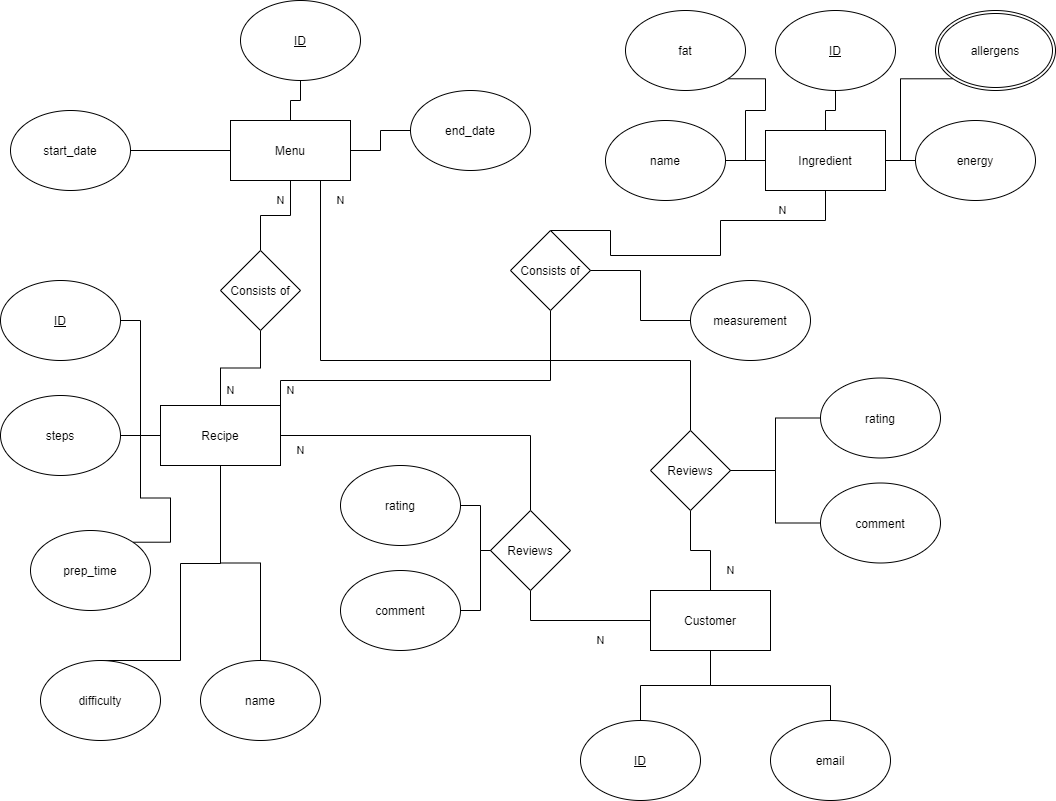
Above: diagrams/menu-plan-ER.png in JoshuaDerbe/hf-menu-plan-challenge (draw.io), before the change. Source tidied: cells renumbered, new cells last; positions are measured from the earlier drawing's top-left corner, leaving out a move shared by most shapes.
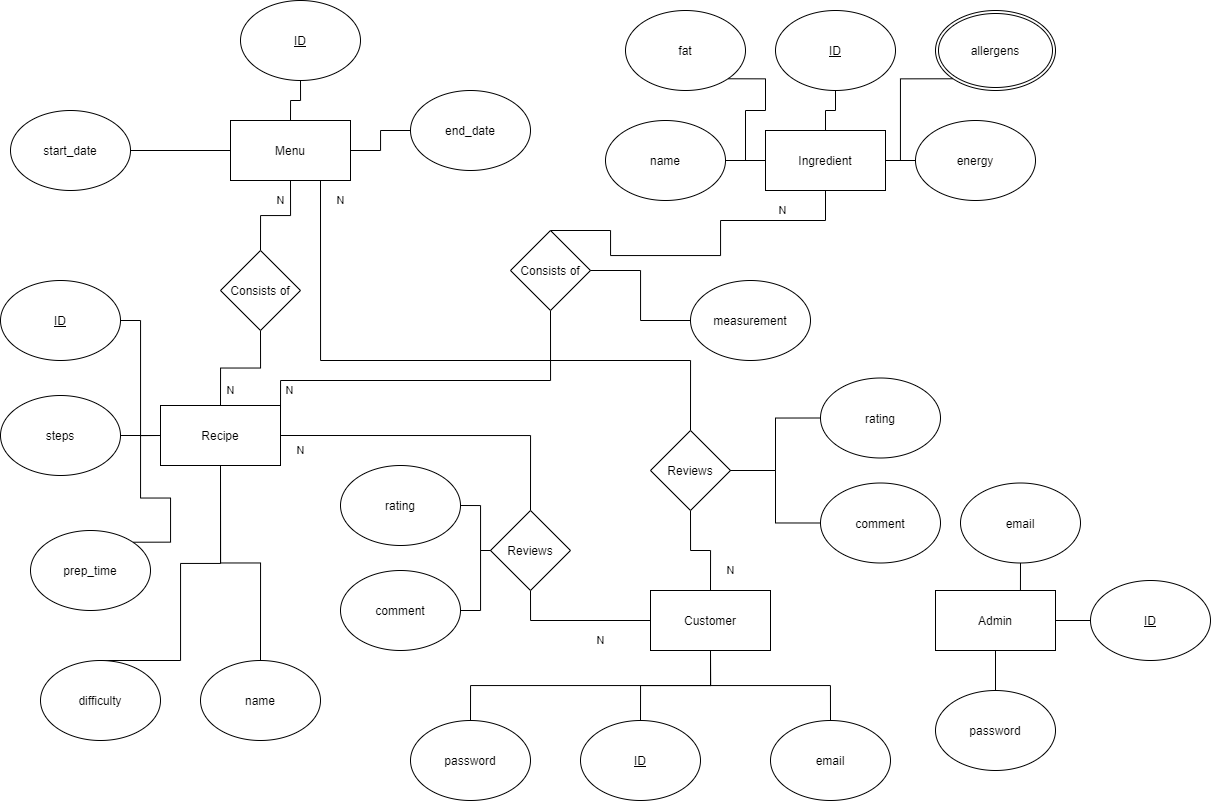
Above is the later version.

Commit message:
Updated ER diagram to include passwords for customers and a new Admin table

Diff of the diagram source:
```diff
@@ -17,6 +17,9 @@
     <mxCell id="6" value="Ingredient" style="rounded=0;whiteSpace=wrap;html=1;" parent="1" vertex="1">
       <mxGeometry x="765" y="130" width="120" height="60" as="geometry" />
     </mxCell>
+    <mxCell id="58" style="edgeStyle=orthogonalEdgeStyle;rounded=0;jettySize=auto;html=1;exitX=0.5;exitY=1;exitDx=0;exitDy=0;entryX=0.5;entryY=0;entryDx=0;entryDy=0;endArrow=none;endFill=0;" parent="1" edge="1" source="7" target="59">
+      <mxGeometry relative="1" as="geometry" />
+    </mxCell>
     <mxCell id="7" value="Customer" style="rounded=0;whiteSpace=wrap;html=1;" parent="1" vertex="1">
       <mxGeometry x="650" y="590" width="120" height="60" as="geometry" />
     </mxCell>
@@ -203,5 +206,29 @@
     <mxCell id="57" value="comment" style="ellipse;whiteSpace=wrap;html=1;" parent="1" vertex="1">
       <mxGeometry x="820" y="482.5" width="120" height="80" as="geometry" />
     </mxCell>
+    <mxCell id="59" value="password" style="ellipse;whiteSpace=wrap;html=1;" parent="1" vertex="1">
+      <mxGeometry x="410" y="720" width="120" height="80" as="geometry" />
+    </mxCell>
+    <mxCell id="60" style="edgeStyle=orthogonalEdgeStyle;rounded=0;jettySize=auto;html=1;exitX=0.5;exitY=0;exitDx=0;exitDy=0;entryX=0.5;entryY=1;entryDx=0;entryDy=0;endArrow=none;endFill=0;" parent="1" edge="1" source="62" target="64">
+      <mxGeometry relative="1" as="geometry" />
+    </mxCell>
+    <mxCell id="61" style="edgeStyle=orthogonalEdgeStyle;rounded=0;jettySize=auto;html=1;exitX=1;exitY=0.5;exitDx=0;exitDy=0;entryX=0;entryY=0.5;entryDx=0;entryDy=0;endArrow=none;endFill=0;" parent="1" edge="1" source="62" target="63">
+      <mxGeometry relative="1" as="geometry" />
+    </mxCell>
+    <mxCell id="62" value="Admin" style="rounded=0;whiteSpace=wrap;html=1;" parent="1" vertex="1">
+      <mxGeometry x="935" y="590" width="120" height="60" as="geometry" />
+    </mxCell>
+    <mxCell id="63" value="&lt;u&gt;ID&lt;/u&gt;" style="ellipse;whiteSpace=wrap;html=1;" parent="1" vertex="1">
+      <mxGeometry x="1090" y="580" width="120" height="80" as="geometry" />
+    </mxCell>
+    <mxCell id="64" value="email" style="ellipse;whiteSpace=wrap;html=1;" parent="1" vertex="1">
+      <mxGeometry x="960" y="482.5" width="120" height="80" as="geometry" />
+    </mxCell>
+    <mxCell id="65" style="edgeStyle=orthogonalEdgeStyle;rounded=0;jettySize=auto;html=1;exitX=0.5;exitY=0;exitDx=0;exitDy=0;entryX=0.5;entryY=1;entryDx=0;entryDy=0;endArrow=none;endFill=0;" parent="1" edge="1" source="66" target="62">
+      <mxGeometry relative="1" as="geometry" />
+    </mxCell>
+    <mxCell id="66" value="password" style="ellipse;whiteSpace=wrap;html=1;" parent="1" vertex="1">
+      <mxGeometry x="935" y="690" width="120" height="80" as="geometry" />
+    </mxCell>
   </root>
 </mxGraphModel>
```
